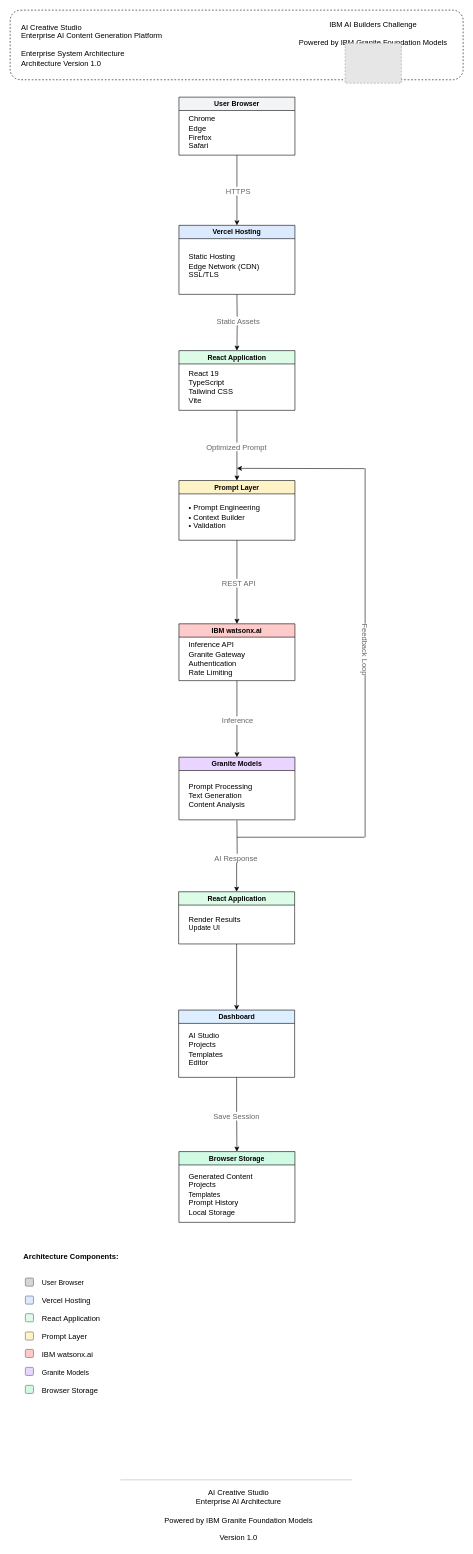
The draw.io diagram docs/diagrams/Deployment-Diagram.drawio in HiwaMajidpour/AI-Builders-Challenge, before the edit. Source tidied: cells renumbered, new cells numbered last; positions are measured from the earlier drawing's top-left corner, leaving out a move shared by most shapes. Both pictures are drawn from the tidied source at 58%, with x=0, y=0 at pixel (10, 10). Pictures stored in the file or linked from it are replaced by grey dashed boxes.
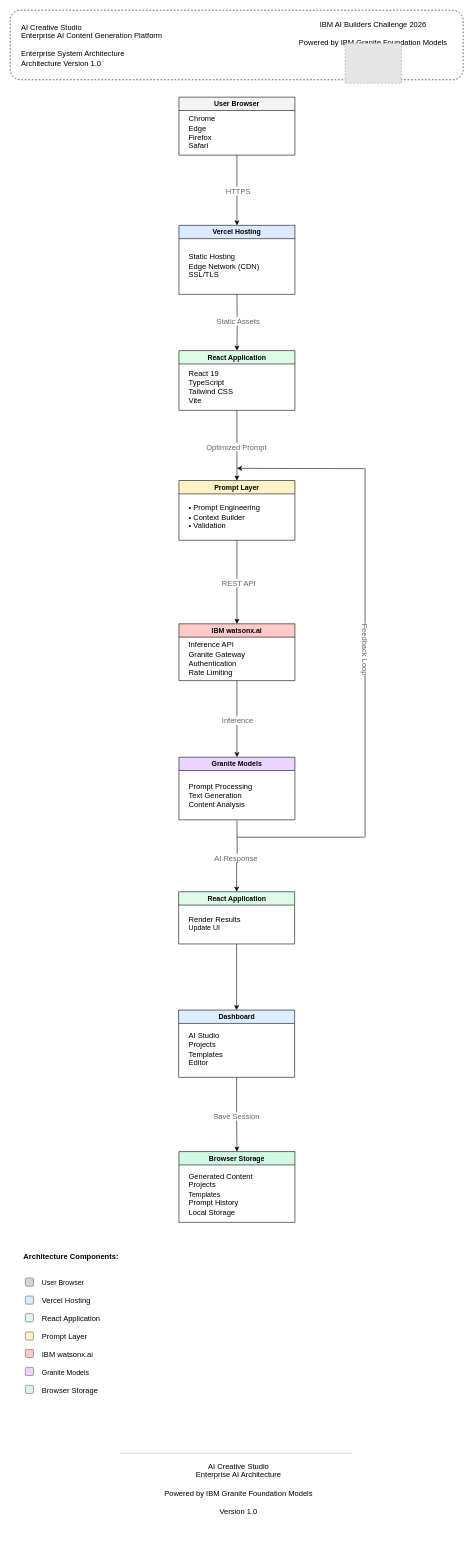
After the change.

Diff of the diagram source:
```diff
@@
-    <mxCell id="4" value="&lt;div&gt;&lt;span style=&quot;font-size: 13px;&quot;&gt;IBM AI Builders Challenge&lt;/span&gt;&lt;/div&gt;&lt;div&gt;&lt;span style=&quot;font-size: 13px;&quot;&gt;&lt;br&gt;&lt;/span&gt;&lt;/div&gt;&lt;div&gt;&lt;span style=&quot;font-size: 13px;&quot;&gt;Powered by IBM Granite Foundation Models&lt;/span&gt;&lt;/div&gt;" style="text;html=1;whiteSpace=wrap;strokeColor=none;fillColor=none;align=center;verticalAlign=middle;rounded=0;" parent="1" vertex="1">
+    <mxCell id="4" value="&lt;div&gt;&lt;span style=&quot;font-size: 13px;&quot;&gt;IBM AI Builders Challenge 2026&lt;/span&gt;&lt;/div&gt;&lt;div&gt;&lt;span style=&quot;font-size: 13px;&quot;&gt;&lt;br&gt;&lt;/span&gt;&lt;/div&gt;&lt;div&gt;&lt;span style=&quot;font-size: 13px;&quot;&gt;Powered by IBM Granite Foundation Models&lt;/span&gt;&lt;/div&gt;" style="text;html=1;whiteSpace=wrap;strokeColor=none;fillColor=none;align=center;verticalAlign=middle;rounded=0;" parent="1" vertex="1">
       <mxGeometry x="481" y="10" width="290" height="60" as="geometry" />
     </mxCell>
@@
     <mxCell id="7" value="&lt;div&gt;&lt;span style=&quot;font-size: 13px;&quot;&gt;AI Creative Studio&lt;/span&gt;&lt;/div&gt;&lt;div&gt;&lt;span style=&quot;font-size: 13px;&quot;&gt;Enterprise AI Architecture&lt;/span&gt;&lt;/div&gt;&lt;div&gt;&lt;span style=&quot;font-size: 13px;&quot;&gt;&lt;br&gt;&lt;/span&gt;&lt;/div&gt;&lt;div&gt;&lt;span style=&quot;font-size: 13px;&quot;&gt;Powered by IBM Granite Foundation Models&lt;/span&gt;&lt;/div&gt;&lt;div&gt;&lt;span style=&quot;font-size: 13px;&quot;&gt;&lt;br&gt;&lt;/span&gt;&lt;/div&gt;&lt;div&gt;&lt;span style=&quot;font-size: 13px;&quot;&gt;Version 1.0&lt;/span&gt;&lt;/div&gt;" style="text;html=1;whiteSpace=wrap;strokeColor=none;fillColor=none;align=center;verticalAlign=middle;rounded=0;" parent="1" vertex="1">
-      <mxGeometry x="246" y="2545" width="296" height="100" as="geometry" />
+      <mxGeometry x="246" y="2499" width="296" height="100" as="geometry" />
     </mxCell>
     <mxCell id="8" style="endArrow=none;html=1;rounded=0;fontFamily=Helvetica;fontSize=12;fontColor=default;strokeColor=#B3B3B3;" parent="1" edge="1">
       <mxGeometry relative="1" as="geometry">
-        <mxPoint x="190" y="2534" as="sourcePoint" />
-        <mxPoint x="590" y="2534" as="targetPoint" />
+        <mxPoint x="190" y="2488" as="sourcePoint" />
+        <mxPoint x="590" y="2488" as="targetPoint" />
       </mxGeometry>
     </mxCell>
```
